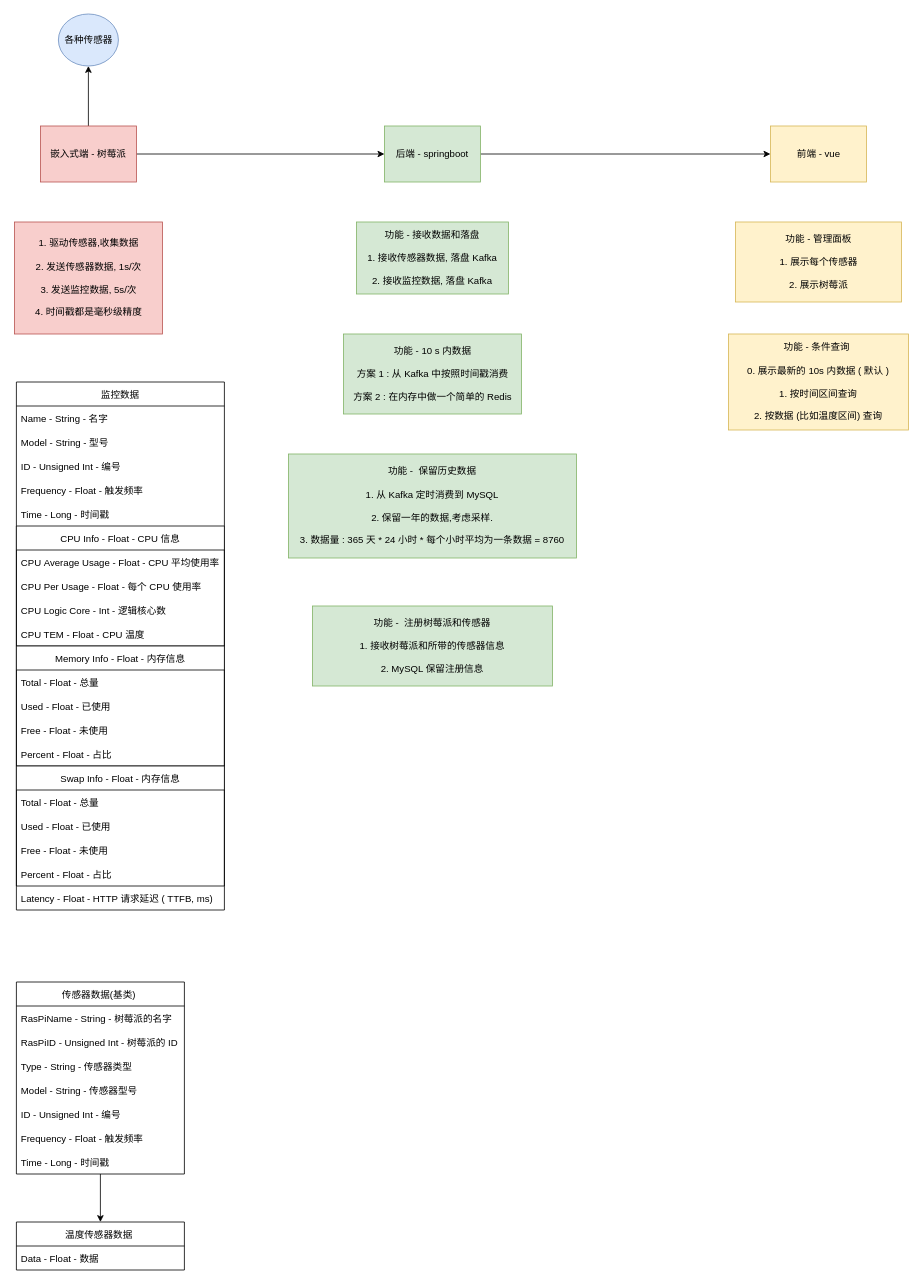
Earlier version of the draw.io diagram System-Design.drawio (LiteHome/Raspberry-Home-Backend). Source tidied: cells renumbered, new cells numbered last; positions are measured from the earlier drawing's top-left corner, leaving out a move shared by most shapes. Both pictures are drawn from the tidied source at 80%, with x=0, y=0 at pixel (14, 14).
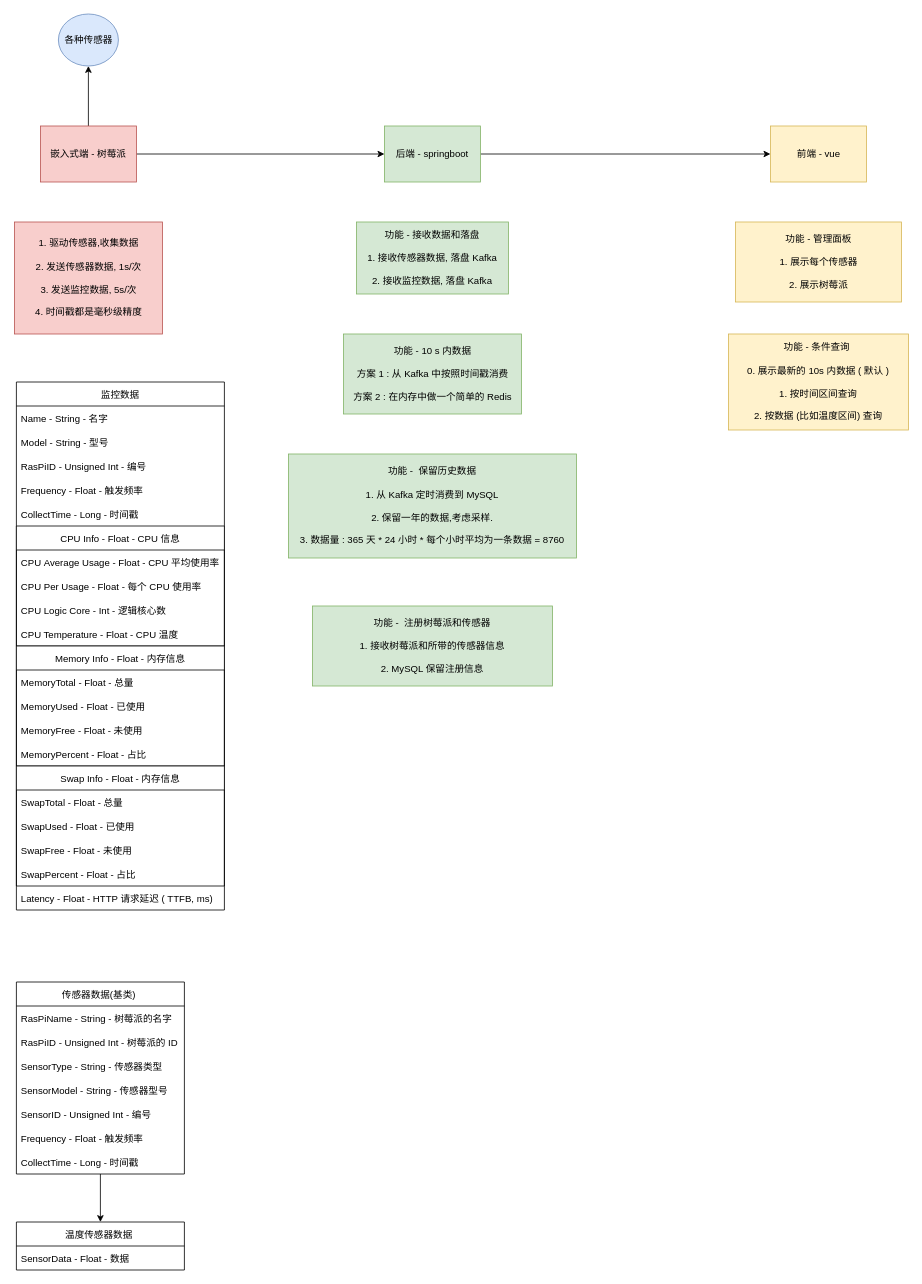
After the change.

The change refers to these unchanged cells:
```xml
<mxCell id="15" value="温度传感器数据 " style="swimlane;fontStyle=0;horizontal=1;startSize=30;" parent="1" vertex="1">
  <mxGeometry x="2" y="1510" width="210" height="60" as="geometry" />
</mxCell>
<mxCell id="17" value="监控数据" style="swimlane;fontStyle=0;horizontal=1;startSize=30;" parent="1" vertex="1">
  <mxGeometry x="2" y="460" width="260" height="660" as="geometry" />
</mxCell>
<mxCell id="23" value="CPU Info - Float - CPU 信息" style="swimlane;fontStyle=0;horizontal=1;startSize=30;" parent="17" vertex="1">
  <mxGeometry y="180" width="260" height="150" as="geometry" />
</mxCell>
<mxCell id="28" value="Memory Info - Float - 内存信息" style="swimlane;fontStyle=0;horizontal=1;startSize=30;" parent="17" vertex="1">
  <mxGeometry y="330" width="260" height="150" as="geometry" />
</mxCell>
<mxCell id="33" value="Swap Info - Float - 内存信息" style="swimlane;fontStyle=0;horizontal=1;startSize=30;" parent="17" vertex="1">
  <mxGeometry y="480" width="260" height="150" as="geometry" />
</mxCell>
<mxCell id="41" value="传感器数据(基类) " style="swimlane;fontStyle=0;horizontal=1;startSize=30;" parent="1" vertex="1">
  <mxGeometry x="2" y="1210" width="210" height="240" as="geometry" />
</mxCell>
```

Change to the diagram source:
```diff
@@
-    <mxCell id="16" value="Data - Float - 数据" style="text;strokeColor=none;fillColor=none;align=left;verticalAlign=middle;spacingLeft=4;spacingRight=4;overflow=hidden;" parent="15" vertex="1">
+    <mxCell id="16" value="SensorData - Float - 数据" style="text;strokeColor=none;fillColor=none;align=left;verticalAlign=middle;spacingLeft=4;spacingRight=4;overflow=hidden;" parent="15" vertex="1">
       <mxGeometry y="30" width="210" height="30" as="geometry" />
     </mxCell>
@@
-    <mxCell id="20" value="ID - Unsigned Int - 编号" style="text;strokeColor=none;fillColor=none;align=left;verticalAlign=middle;spacingLeft=4;spacingRight=4;overflow=hidden;" parent="17" vertex="1">
+    <mxCell id="20" value="RasPiID - Unsigned Int - 编号" style="text;strokeColor=none;fillColor=none;align=left;verticalAlign=middle;spacingLeft=4;spacingRight=4;overflow=hidden;" parent="17" vertex="1">
       <mxGeometry y="90" width="260" height="30" as="geometry" />
     </mxCell>
@@
-    <mxCell id="22" value="Time - Long - 时间戳" style="text;strokeColor=none;fillColor=none;align=left;verticalAlign=middle;spacingLeft=4;spacingRight=4;overflow=hidden;" parent="17" vertex="1">
+    <mxCell id="22" value="CollectTime - Long - 时间戳" style="text;strokeColor=none;fillColor=none;align=left;verticalAlign=middle;spacingLeft=4;spacingRight=4;overflow=hidden;" parent="17" vertex="1">
       <mxGeometry y="150" width="260" height="30" as="geometry" />
     </mxCell>
@@
-    <mxCell id="27" value="CPU TEM - Float - CPU 温度" style="text;strokeColor=none;fillColor=none;align=left;verticalAlign=middle;spacingLeft=4;spacingRight=4;overflow=hidden;" parent="23" vertex="1">
+    <mxCell id="27" value="CPU Temperature - Float - CPU 温度" style="text;strokeColor=none;fillColor=none;align=left;verticalAlign=middle;spacingLeft=4;spacingRight=4;overflow=hidden;" parent="23" vertex="1">
       <mxGeometry y="120" width="260" height="30" as="geometry" />
     </mxCell>
@@
-    <mxCell id="29" value="Total - Float - 总量" style="text;strokeColor=none;fillColor=none;align=left;verticalAlign=middle;spacingLeft=4;spacingRight=4;overflow=hidden;" parent="28" vertex="1">
+    <mxCell id="29" value="MemoryTotal - Float - 总量" style="text;strokeColor=none;fillColor=none;align=left;verticalAlign=middle;spacingLeft=4;spacingRight=4;overflow=hidden;" parent="28" vertex="1">
       <mxGeometry y="30" width="260" height="30" as="geometry" />
     </mxCell>
-    <mxCell id="30" value="Used - Float - 已使用" style="text;strokeColor=none;fillColor=none;align=left;verticalAlign=middle;spacingLeft=4;spacingRight=4;overflow=hidden;" parent="28" vertex="1">
+    <mxCell id="30" value="MemoryUsed - Float - 已使用" style="text;strokeColor=none;fillColor=none;align=left;verticalAlign=middle;spacingLeft=4;spacingRight=4;overflow=hidden;" parent="28" vertex="1">
       <mxGeometry y="60" width="260" height="30" as="geometry" />
     </mxCell>
-    <mxCell id="31" value="Free - Float - 未使用" style="text;strokeColor=none;fillColor=none;align=left;verticalAlign=middle;spacingLeft=4;spacingRight=4;overflow=hidden;" parent="28" vertex="1">
+    <mxCell id="31" value="MemoryFree - Float - 未使用" style="text;strokeColor=none;fillColor=none;align=left;verticalAlign=middle;spacingLeft=4;spacingRight=4;overflow=hidden;" parent="28" vertex="1">
       <mxGeometry y="90" width="260" height="30" as="geometry" />
     </mxCell>
-    <mxCell id="32" value="Percent - Float - 占比" style="text;strokeColor=none;fillColor=none;align=left;verticalAlign=middle;spacingLeft=4;spacingRight=4;overflow=hidden;" parent="28" vertex="1">
+    <mxCell id="32" value="MemoryPercent - Float - 占比" style="text;strokeColor=none;fillColor=none;align=left;verticalAlign=middle;spacingLeft=4;spacingRight=4;overflow=hidden;" parent="28" vertex="1">
       <mxGeometry y="120" width="260" height="30" as="geometry" />
     </mxCell>
@@
-    <mxCell id="34" value="Total - Float - 总量" style="text;strokeColor=none;fillColor=none;align=left;verticalAlign=middle;spacingLeft=4;spacingRight=4;overflow=hidden;" parent="33" vertex="1">
+    <mxCell id="34" value="SwapTotal - Float - 总量" style="text;strokeColor=none;fillColor=none;align=left;verticalAlign=middle;spacingLeft=4;spacingRight=4;overflow=hidden;" parent="33" vertex="1">
       <mxGeometry y="30" width="260" height="30" as="geometry" />
     </mxCell>
-    <mxCell id="35" value="Used - Float - 已使用" style="text;strokeColor=none;fillColor=none;align=left;verticalAlign=middle;spacingLeft=4;spacingRight=4;overflow=hidden;" parent="33" vertex="1">
+    <mxCell id="35" value="SwapUsed - Float - 已使用" style="text;strokeColor=none;fillColor=none;align=left;verticalAlign=middle;spacingLeft=4;spacingRight=4;overflow=hidden;" parent="33" vertex="1">
       <mxGeometry y="60" width="260" height="30" as="geometry" />
     </mxCell>
-    <mxCell id="36" value="Free - Float - 未使用" style="text;strokeColor=none;fillColor=none;align=left;verticalAlign=middle;spacingLeft=4;spacingRight=4;overflow=hidden;" parent="33" vertex="1">
+    <mxCell id="36" value="SwapFree - Float - 未使用" style="text;strokeColor=none;fillColor=none;align=left;verticalAlign=middle;spacingLeft=4;spacingRight=4;overflow=hidden;" parent="33" vertex="1">
       <mxGeometry y="90" width="260" height="30" as="geometry" />
     </mxCell>
-    <mxCell id="37" value="Percent - Float - 占比" style="text;strokeColor=none;fillColor=none;align=left;verticalAlign=middle;spacingLeft=4;spacingRight=4;overflow=hidden;" parent="33" vertex="1">
+    <mxCell id="37" value="SwapPercent - Float - 占比" style="text;strokeColor=none;fillColor=none;align=left;verticalAlign=middle;spacingLeft=4;spacingRight=4;overflow=hidden;" parent="33" vertex="1">
       <mxGeometry y="120" width="260" height="30" as="geometry" />
     </mxCell>
@@
-    <mxCell id="44" value="Type - String - 传感器类型" style="text;strokeColor=none;fillColor=none;align=left;verticalAlign=middle;spacingLeft=4;spacingRight=4;overflow=hidden;" parent="41" vertex="1">
+    <mxCell id="44" value="SensorType - String - 传感器类型" style="text;strokeColor=none;fillColor=none;align=left;verticalAlign=middle;spacingLeft=4;spacingRight=4;overflow=hidden;" parent="41" vertex="1">
       <mxGeometry y="90" width="210" height="30" as="geometry" />
     </mxCell>
-    <mxCell id="45" value="Model - String - 传感器型号" style="text;strokeColor=none;fillColor=none;align=left;verticalAlign=middle;spacingLeft=4;spacingRight=4;overflow=hidden;" parent="41" vertex="1">
+    <mxCell id="45" value="SensorModel - String - 传感器型号" style="text;strokeColor=none;fillColor=none;align=left;verticalAlign=middle;spacingLeft=4;spacingRight=4;overflow=hidden;" parent="41" vertex="1">
       <mxGeometry y="120" width="210" height="30" as="geometry" />
     </mxCell>
-    <mxCell id="46" value="ID - Unsigned Int - 编号" style="text;strokeColor=none;fillColor=none;align=left;verticalAlign=middle;spacingLeft=4;spacingRight=4;overflow=hidden;" parent="41" vertex="1">
+    <mxCell id="46" value="SensorID - Unsigned Int - 编号" style="text;strokeColor=none;fillColor=none;align=left;verticalAlign=middle;spacingLeft=4;spacingRight=4;overflow=hidden;" parent="41" vertex="1">
       <mxGeometry y="150" width="210" height="30" as="geometry" />
     </mxCell>
@@
-    <mxCell id="48" value="Time - Long - 时间戳" style="text;strokeColor=none;fillColor=none;align=left;verticalAlign=middle;spacingLeft=4;spacingRight=4;overflow=hidden;" parent="41" vertex="1">
+    <mxCell id="48" value="CollectTime - Long - 时间戳" style="text;strokeColor=none;fillColor=none;align=left;verticalAlign=middle;spacingLeft=4;spacingRight=4;overflow=hidden;" parent="41" vertex="1">
       <mxGeometry y="210" width="210" height="30" as="geometry" />
     </mxCell>
```
